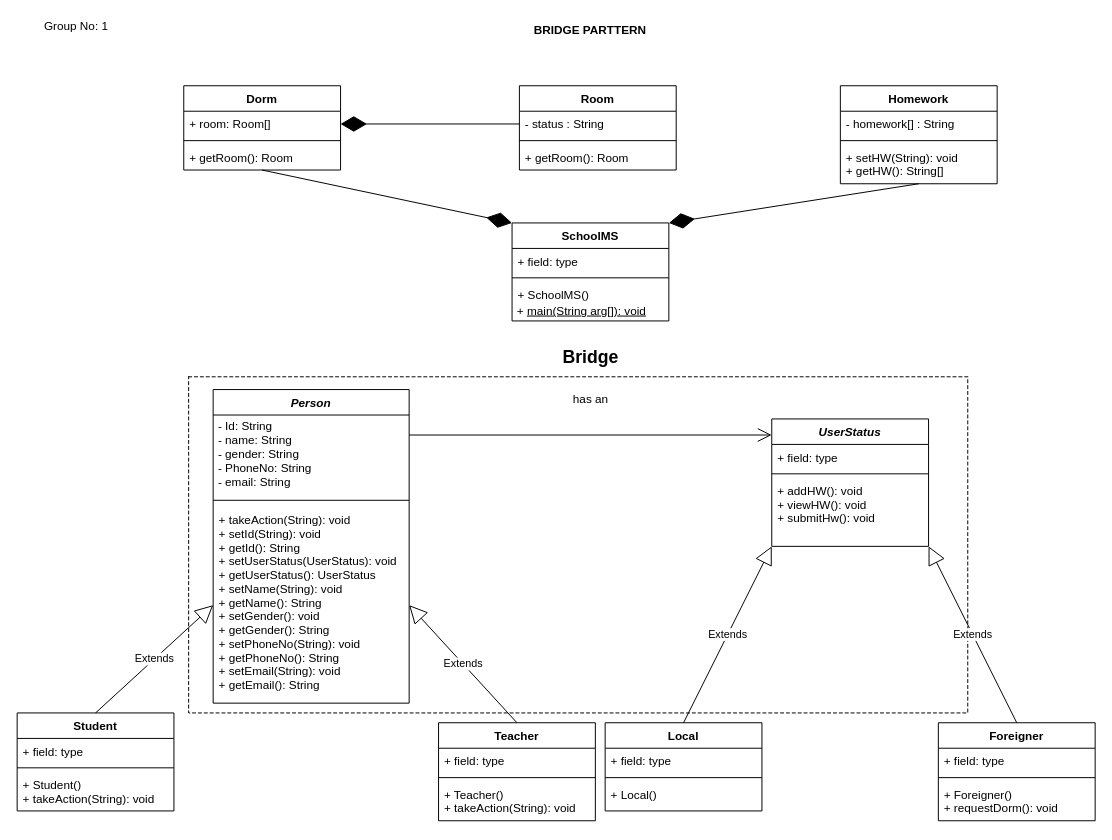
The draw.io diagram Homework_08/Homework_08.drawio in vichhika/OOAD_Y3, before the edit. Source tidied: cells renumbered, new cells numbered last; positions are measured from the earlier drawing's top-left corner, leaving out a move shared by most shapes. Both pictures are drawn from the tidied source at 98%, with x=0, y=0 at pixel (17, 17).
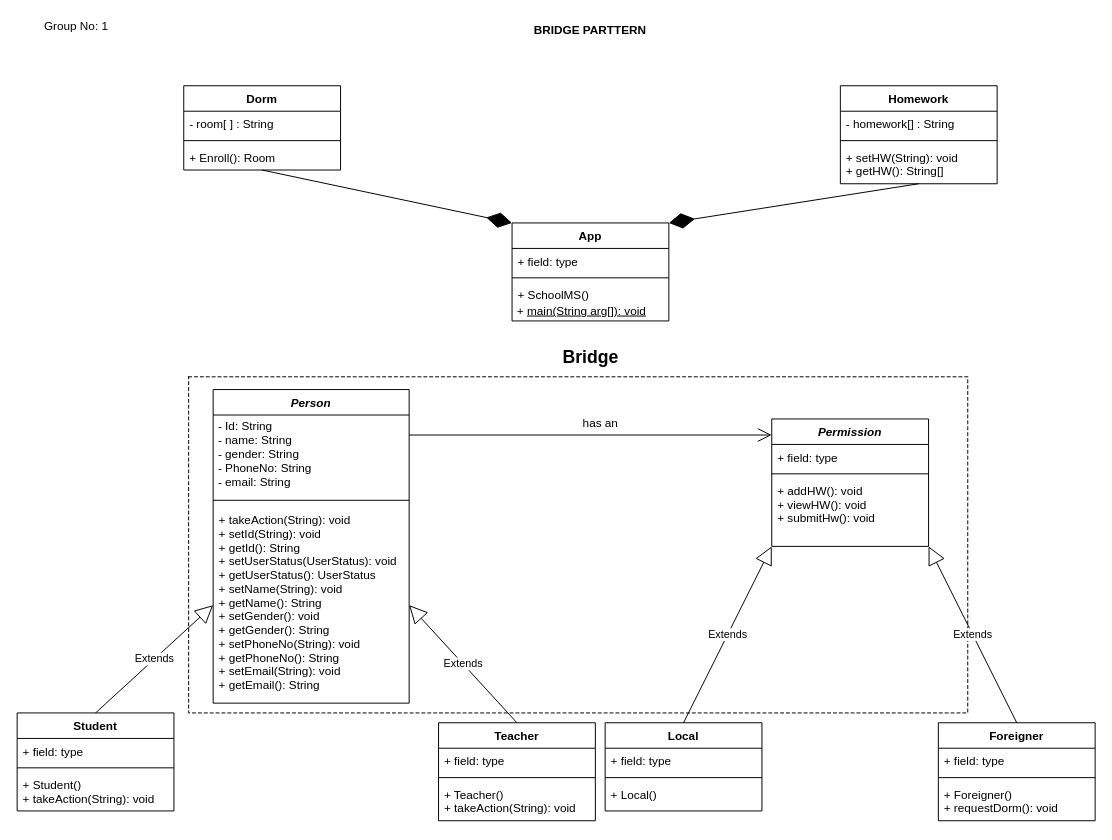
Above is the later version.

Commit message (it also covers changes not shown here):
dorm and homework done

The change refers to these unchanged cells:
```xml
<mxCell id="49" value="Dorm" style="swimlane;fontStyle=1;align=center;verticalAlign=top;horizontal=1;startSize=26;" parent="1" vertex="1">
  <mxGeometry x="170" y="70" width="160" height="86" as="geometry" />
</mxCell>
```

The edit, as a diff of the source:
```diff
@@
-    <mxCell id="9" value="UserStatus" style="swimlane;fontStyle=3;align=center;verticalAlign=top;horizontal=1;startSize=26;" parent="1" vertex="1">
+    <mxCell id="9" value="Permission&#10;" style="swimlane;fontStyle=3;align=center;verticalAlign=top;horizontal=1;startSize=26;" parent="1" vertex="1">
       <mxGeometry x="770" y="410" width="160" height="130" as="geometry" />
     </mxCell>
@@
     <mxCell id="34" value="has an" style="text;html=1;align=center;verticalAlign=middle;" parent="1" vertex="1">
-      <mxGeometry x="560" y="380" width="50" height="20" as="geometry" />
+      <mxGeometry x="570" y="405" width="50" height="20" as="geometry" />
     </mxCell>
@@
-    <mxCell id="36" value="Homework" style="swimlane;fontStyle=1;align=center;verticalAlign=top;horizontal=1;startSize=26;" parent="1" vertex="1">
-      <mxGeometry x="840" y="70" width="160" height="100" as="geometry" />
-    </mxCell>
-    <mxCell id="37" value="- homework[] : String" style="text;strokeColor=none;fillColor=none;align=left;verticalAlign=top;spacingLeft=4;spacingRight=4;overflow=hidden;" parent="36" vertex="1">
-      <mxGeometry y="26" width="160" height="26" as="geometry" />
-    </mxCell>
-    <mxCell id="38" style="line;strokeWidth=1;fillColor=none;align=left;verticalAlign=middle;spacingTop=-1;spacingLeft=3;spacingRight=3;labelPosition=right;" parent="36" vertex="1">
-      <mxGeometry y="52" width="160" height="8" as="geometry" />
-    </mxCell>
-    <mxCell id="39" value="+ setHW(String): void&#10;+ getHW(): String[]" style="text;strokeColor=none;fillColor=none;align=left;verticalAlign=top;spacingLeft=4;spacingRight=4;overflow=hidden;" parent="36" vertex="1">
-      <mxGeometry y="60" width="160" height="40" as="geometry" />
-    </mxCell>
-    <mxCell id="40" value="SchoolMS" style="swimlane;fontStyle=1;align=center;verticalAlign=top;horizontal=1;startSize=26;" parent="1" vertex="1">
+    <mxCell id="40" value="App" style="swimlane;fontStyle=1;align=center;verticalAlign=top;horizontal=1;startSize=26;" parent="1" vertex="1">
       <mxGeometry x="505" y="210" width="160" height="100" as="geometry" />
     </mxCell>
@@
-    <mxCell id="45" value="Room" style="swimlane;fontStyle=1;align=center;verticalAlign=top;horizontal=1;startSize=26;" parent="1" vertex="1">
-      <mxGeometry x="512.5" y="70" width="160" height="86" as="geometry" />
-    </mxCell>
-    <mxCell id="46" value="- status : String" style="text;strokeColor=none;fillColor=none;align=left;verticalAlign=top;spacingLeft=4;spacingRight=4;overflow=hidden;points=[[0,0.5],[1,0.5]];portConstraint=eastwest;" parent="45" vertex="1">
-      <mxGeometry y="26" width="160" height="26" as="geometry" />
-    </mxCell>
-    <mxCell id="47" style="line;strokeWidth=1;fillColor=none;align=left;verticalAlign=middle;spacingTop=-1;spacingLeft=3;spacingRight=3;labelPosition=right;" parent="45" vertex="1">
-      <mxGeometry y="52" width="160" height="8" as="geometry" />
-    </mxCell>
-    <mxCell id="48" value="+ getRoom(): Room" style="text;strokeColor=none;fillColor=none;align=left;verticalAlign=top;spacingLeft=4;spacingRight=4;overflow=hidden;" parent="45" vertex="1">
-      <mxGeometry y="60" width="160" height="26" as="geometry" />
-    </mxCell>
@@
-    <mxCell id="50" value="+ room: Room[]" style="text;strokeColor=none;fillColor=none;align=left;verticalAlign=top;spacingLeft=4;spacingRight=4;overflow=hidden;points=[[0,0.5],[1,0.5]];portConstraint=eastwest;" parent="49" vertex="1">
+    <mxCell id="50" value="- room[ ] : String" style="text;strokeColor=none;fillColor=none;align=left;verticalAlign=top;spacingLeft=4;spacingRight=4;overflow=hidden;points=[[0,0.5],[1,0.5]];portConstraint=eastwest;" parent="49" vertex="1">
       <mxGeometry y="26" width="160" height="26" as="geometry" />
     </mxCell>
@@
-    <mxCell id="52" value="+ getRoom(): Room" style="text;strokeColor=none;fillColor=none;align=left;verticalAlign=top;spacingLeft=4;spacingRight=4;overflow=hidden;points=[[0,0.5],[1,0.5]];portConstraint=eastwest;" parent="49" vertex="1">
+    <mxCell id="52" value="+ Enroll(): Room" style="text;strokeColor=none;fillColor=none;align=left;verticalAlign=top;spacingLeft=4;spacingRight=4;overflow=hidden;points=[[0,0.5],[1,0.5]];portConstraint=eastwest;" parent="49" vertex="1">
       <mxGeometry y="60" width="160" height="26" as="geometry" />
     </mxCell>
-    <mxCell id="53" style="endArrow=diamondThin;endFill=1;endSize=24;html=1;entryX=1;entryY=0.5;entryDx=0;entryDy=0;exitX=0;exitY=0.5;exitDx=0;exitDy=0;" parent="1" edge="1" source="46" target="50">
-      <mxGeometry relative="1" as="geometry" />
-    </mxCell>
@@
-    <mxCell id="55" style="endArrow=diamondThin;endFill=1;endSize=24;html=1;entryX=1;entryY=0;entryDx=0;entryDy=0;exitX=0.5;exitY=1;exitDx=0;exitDy=0;" parent="1" edge="1" source="36" target="40">
-      <mxGeometry relative="1" as="geometry" />
-    </mxCell>
+    <mxCell id="36" value="Homework" style="swimlane;fontStyle=1;align=center;verticalAlign=top;horizontal=1;startSize=26;" parent="1" vertex="1">
+      <mxGeometry x="840" y="70" width="160" height="100" as="geometry" />
+    </mxCell>
+    <mxCell id="37" value="- homework[] : String" style="text;strokeColor=none;fillColor=none;align=left;verticalAlign=top;spacingLeft=4;spacingRight=4;overflow=hidden;" parent="36" vertex="1">
+      <mxGeometry y="26" width="160" height="26" as="geometry" />
+    </mxCell>
+    <mxCell id="56" style="line;strokeWidth=1;fillColor=none;align=left;verticalAlign=middle;spacingTop=-1;spacingLeft=3;spacingRight=3;labelPosition=right;" parent="36" vertex="1">
+      <mxGeometry y="52" width="160" height="8" as="geometry" />
+    </mxCell>
+    <mxCell id="39" value="+ setHW(String): void&#10;+ getHW(): String[]" style="text;strokeColor=none;fillColor=none;align=left;verticalAlign=top;spacingLeft=4;spacingRight=4;overflow=hidden;" parent="36" vertex="1">
+      <mxGeometry y="60" width="160" height="40" as="geometry" />
+    </mxCell>
+    <mxCell id="57" style="endArrow=diamondThin;endFill=1;endSize=24;html=1;entryX=1;entryY=0;entryDx=0;entryDy=0;exitX=0.5;exitY=1;exitDx=0;exitDy=0;" parent="1" edge="1" source="36">
+      <mxGeometry relative="1" as="geometry">
+        <mxPoint x="665" y="210" as="targetPoint" />
+      </mxGeometry>
+    </mxCell>
```
